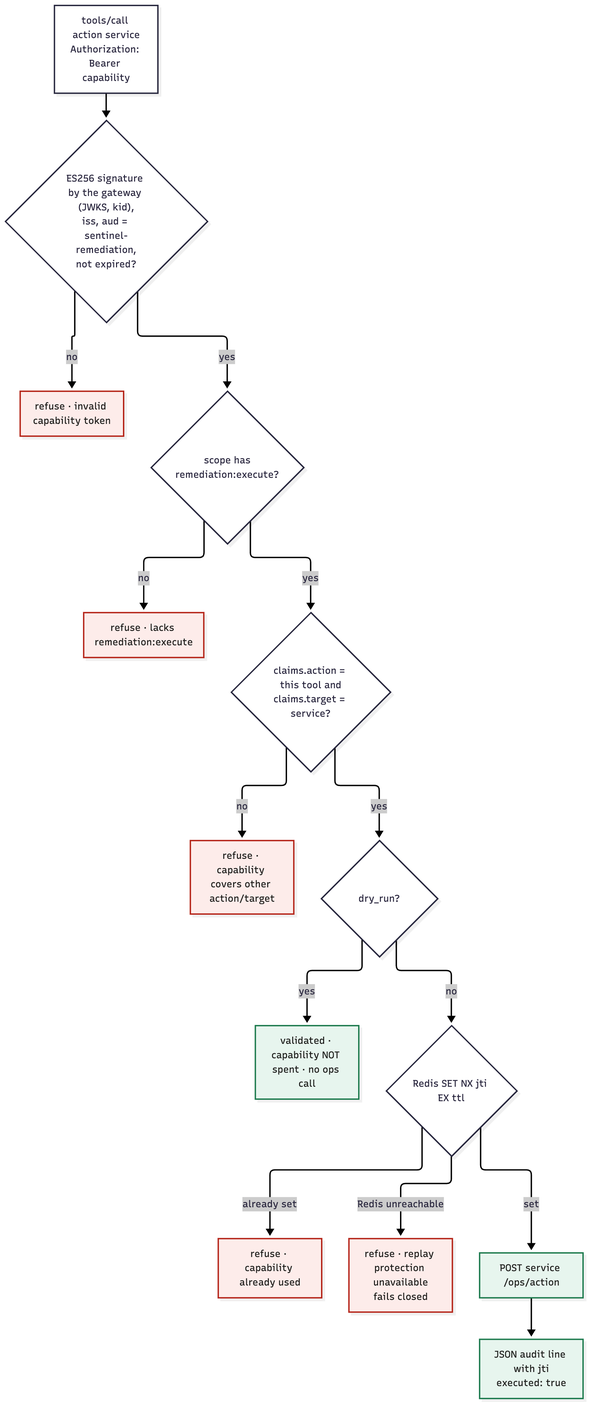
Above: docs/handbook/images/06-remediation-checks.png in abdulmdev/sentinel-incident-copilot (Mermaid), before the change. Its source is kept beside it as docs/handbook/diagrams/06-remediation-checks.mmd.
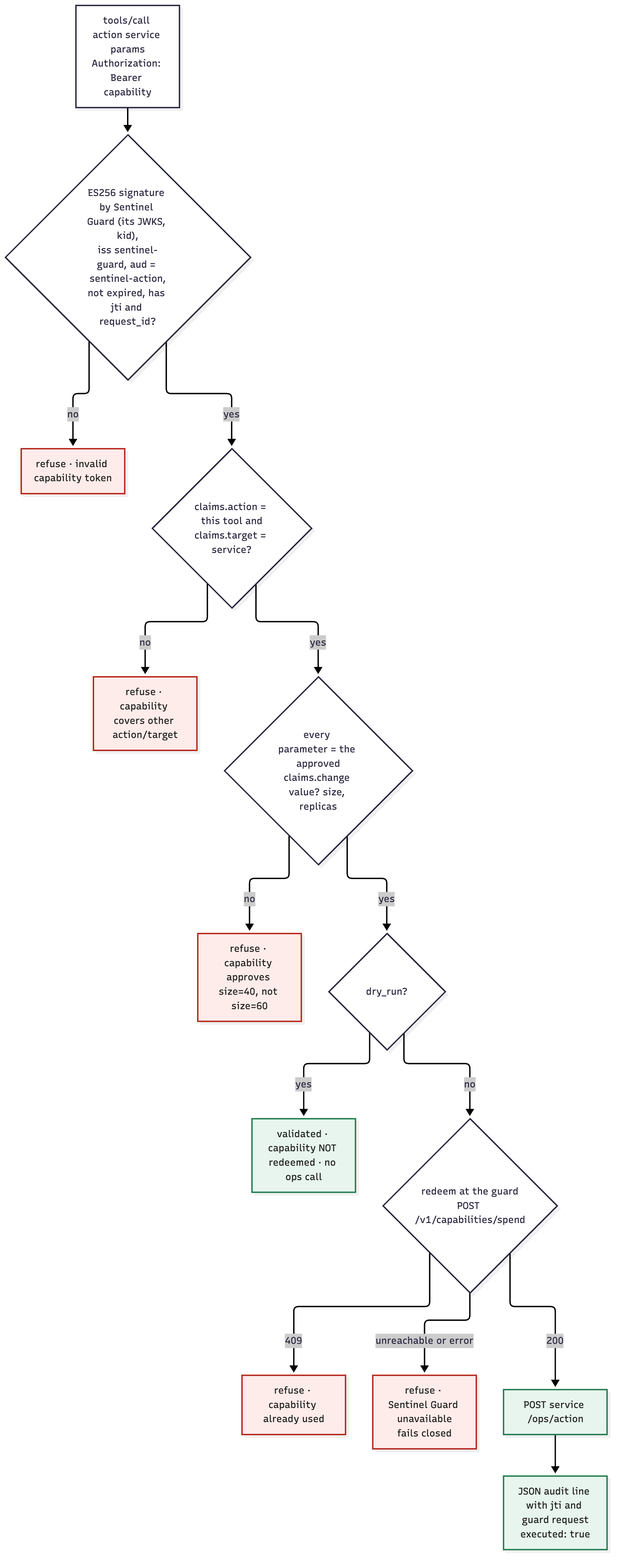
The same diagram one commit later.

The edit, as a diff of the source:
```diff
@@ -1,16 +1,16 @@
 flowchart TB
-  C[tools/call action service<br/>Authorization: Bearer capability] --> J{"ES256 signature by the gateway (JWKS, kid),<br/>iss, aud = sentinel-remediation,<br/>not expired?"}
+  C[tools/call action service params<br/>Authorization: Bearer capability] --> J{"ES256 signature by Sentinel Guard (its JWKS, kid),<br/>iss sentinel-guard, aud = sentinel-action,<br/>not expired, has jti and request_id?"}
   J -->|no| X1[refuse · invalid capability token]
-  J -->|yes| S{scope has<br/>remediation:execute?}
-  S -->|no| X2[refuse · lacks remediation:execute]
-  S -->|yes| B{claims.action = this tool and<br/>claims.target = service?}
+  J -->|yes| B{claims.action = this tool and<br/>claims.target = service?}
   B -->|no| X3[refuse · capability covers other action/target]
-  B -->|yes| D{dry_run?}
-  D -->|yes| OKD[validated · capability NOT spent · no ops call]
-  D -->|no| R{Redis SET NX jti EX ttl}
-  R -->|already set| X4[refuse · capability already used]
-  R -->|Redis unreachable| X5[refuse · replay protection unavailable<br/>fails closed]
-  R -->|set| OPS[POST service /ops/action] --> AUD[JSON audit line with jti<br/>executed: true]
+  B -->|yes| P{every parameter = the approved<br/>claims.change value? size, replicas}
+  P -->|no| X2[refuse · capability approves size=40, not size=60]
+  P -->|yes| D{dry_run?}
+  D -->|yes| OKD[validated · capability NOT redeemed · no ops call]
+  D -->|no| R{redeem at the guard<br/>POST /v1/capabilities/spend}
+  R -->|409| X4[refuse · capability already used]
+  R -->|unreachable or error| X5[refuse · Sentinel Guard unavailable<br/>fails closed]
+  R -->|200| OPS[POST service /ops/action] --> AUD[JSON audit line with jti and guard request<br/>executed: true]
   classDef bad fill:#fdecea,stroke:#b42318,color:#1d1d1b
   classDef ok fill:#e7f5ee,stroke:#1f7a4d,color:#1d1d1b
   class X1,X2,X3,X4,X5 bad
```
